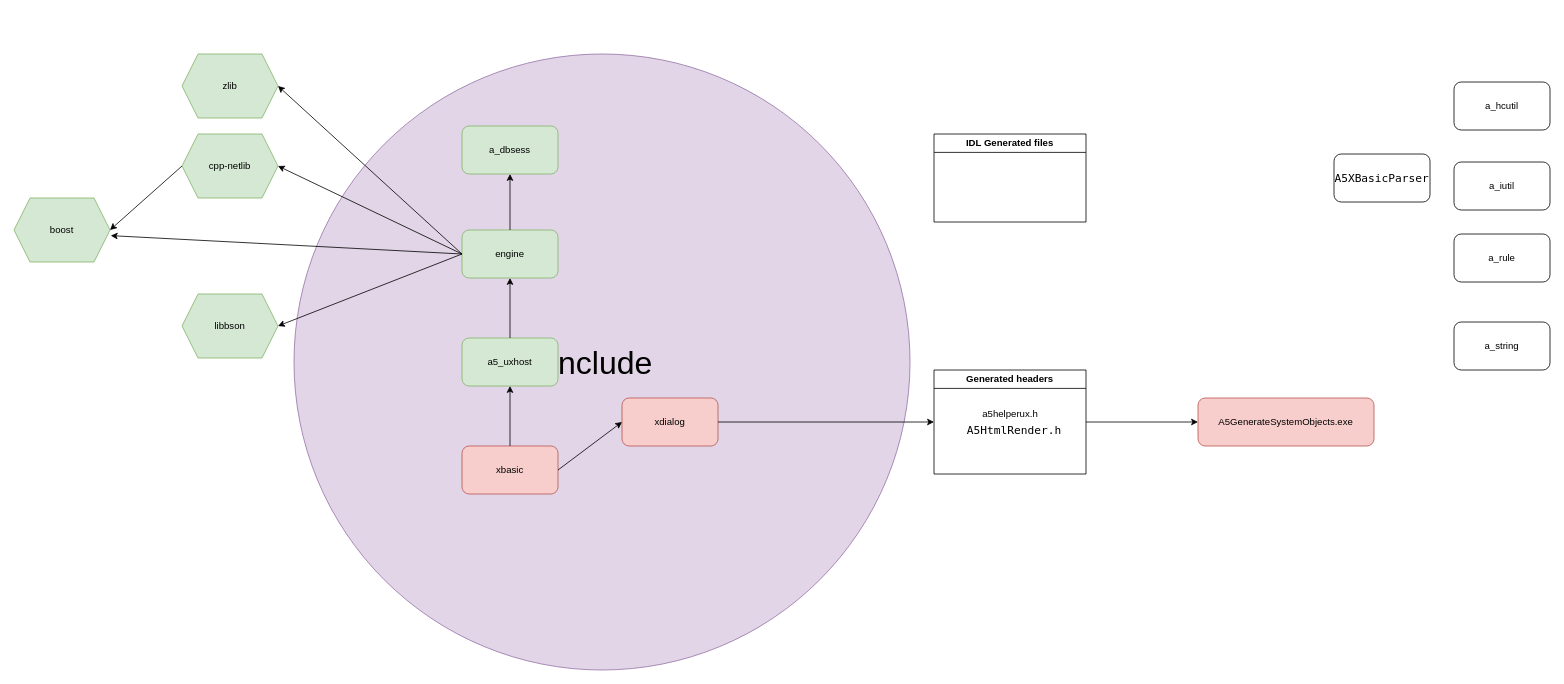
Before: A5_deps.drawio in rromrrom/something, a draw.io diagram. Source tidied: cells renumbered, new cells numbered last; positions are measured from the earlier drawing's top-left corner, leaving out a move shared by most shapes. Both pictures are drawn from the tidied source at 80%, with x=0, y=0 at pixel (14, 54).
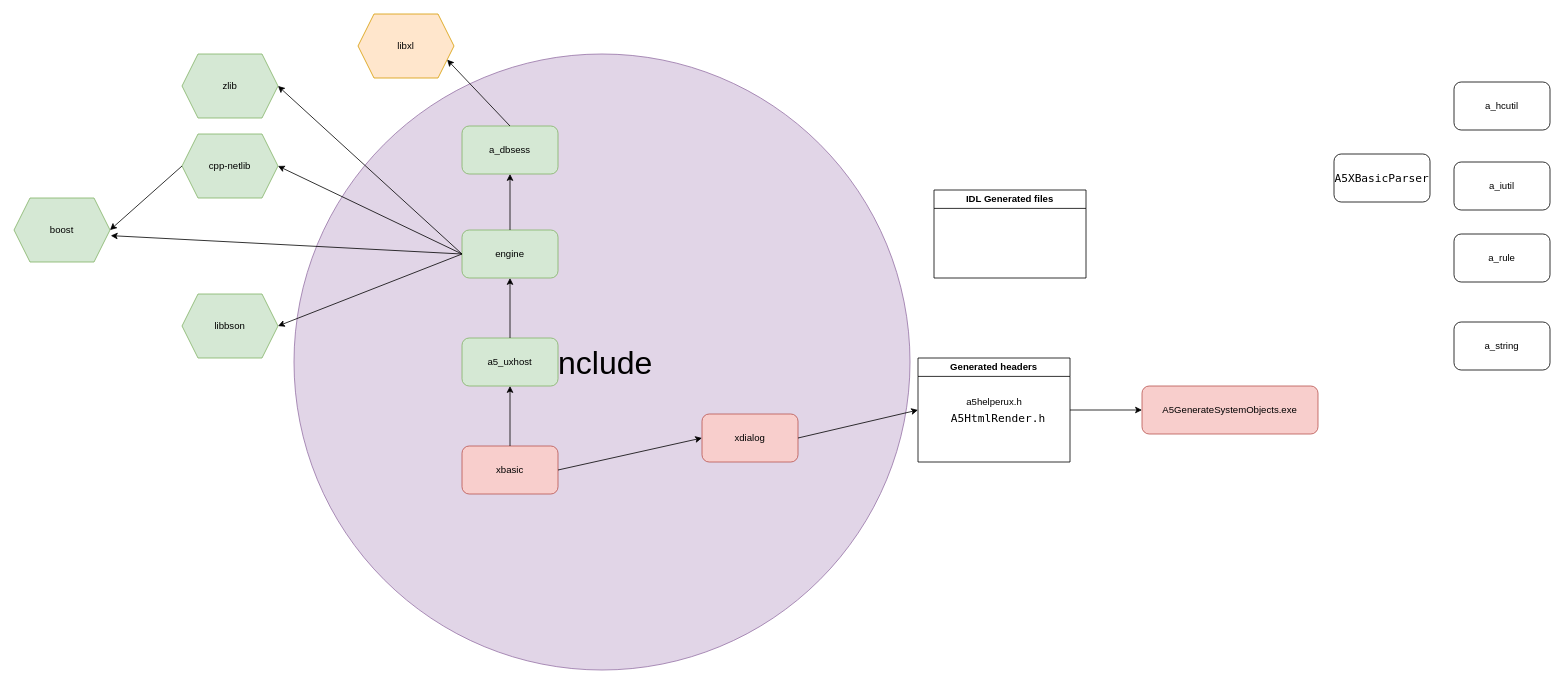
The same diagram, later.

Unchanged cells that the change refers to:
```xml
<mxCell id="3" value="a_dbsess" style="rounded=1;whiteSpace=wrap;html=1;fillColor=#d5e8d4;strokeColor=#82b366;" parent="1" vertex="1">
  <mxGeometry x="560" y="90" width="120" height="60" as="geometry" />
</mxCell>
```

Diff of the diagram source:
```diff
@@
     <mxCell id="13" value="xdialog" style="rounded=1;whiteSpace=wrap;html=1;fillColor=#f8cecc;strokeColor=#b85450;" parent="1" vertex="1">
-      <mxGeometry x="760" y="430" width="120" height="60" as="geometry" />
+      <mxGeometry x="860" y="450" width="120" height="60" as="geometry" />
     </mxCell>
@@
     <mxCell id="27" value="Generated headers" style="swimlane;whiteSpace=wrap;html=1;" parent="1" vertex="1">
-      <mxGeometry x="1150" y="395" width="190" height="130" as="geometry" />
+      <mxGeometry x="1130" y="380" width="190" height="130" as="geometry" />
     </mxCell>
@@
     <mxCell id="30" value="A5GenerateSystemObjects.exe" style="rounded=1;whiteSpace=wrap;html=1;fillColor=#f8cecc;strokeColor=#b85450;" parent="1" vertex="1">
-      <mxGeometry x="1480" y="430" width="220" height="60" as="geometry" />
+      <mxGeometry x="1410" y="415" width="220" height="60" as="geometry" />
     </mxCell>
@@
     <mxCell id="32" value="IDL Generated files" style="swimlane;whiteSpace=wrap;html=1;" parent="1" vertex="1">
-      <mxGeometry x="1150" y="100" width="190" height="110" as="geometry" />
+      <mxGeometry x="1150" y="170" width="190" height="110" as="geometry" />
     </mxCell>
+    <mxCell id="33" value="libxl" style="shape=hexagon;perimeter=hexagonPerimeter2;whiteSpace=wrap;html=1;fixedSize=1;fillColor=#ffe6cc;strokeColor=#d79b00;" parent="1" vertex="1">
+      <mxGeometry x="430" y="-50" width="120" height="80" as="geometry" />
+    </mxCell>
+    <mxCell id="34" style="endArrow=classic;html=1;rounded=0;exitX=0.5;exitY=0;exitDx=0;exitDy=0;entryX=1;entryY=0.75;entryDx=0;entryDy=0;" parent="1" edge="1" source="3" target="33">
+      <mxGeometry relative="1" as="geometry" />
+    </mxCell>
```
